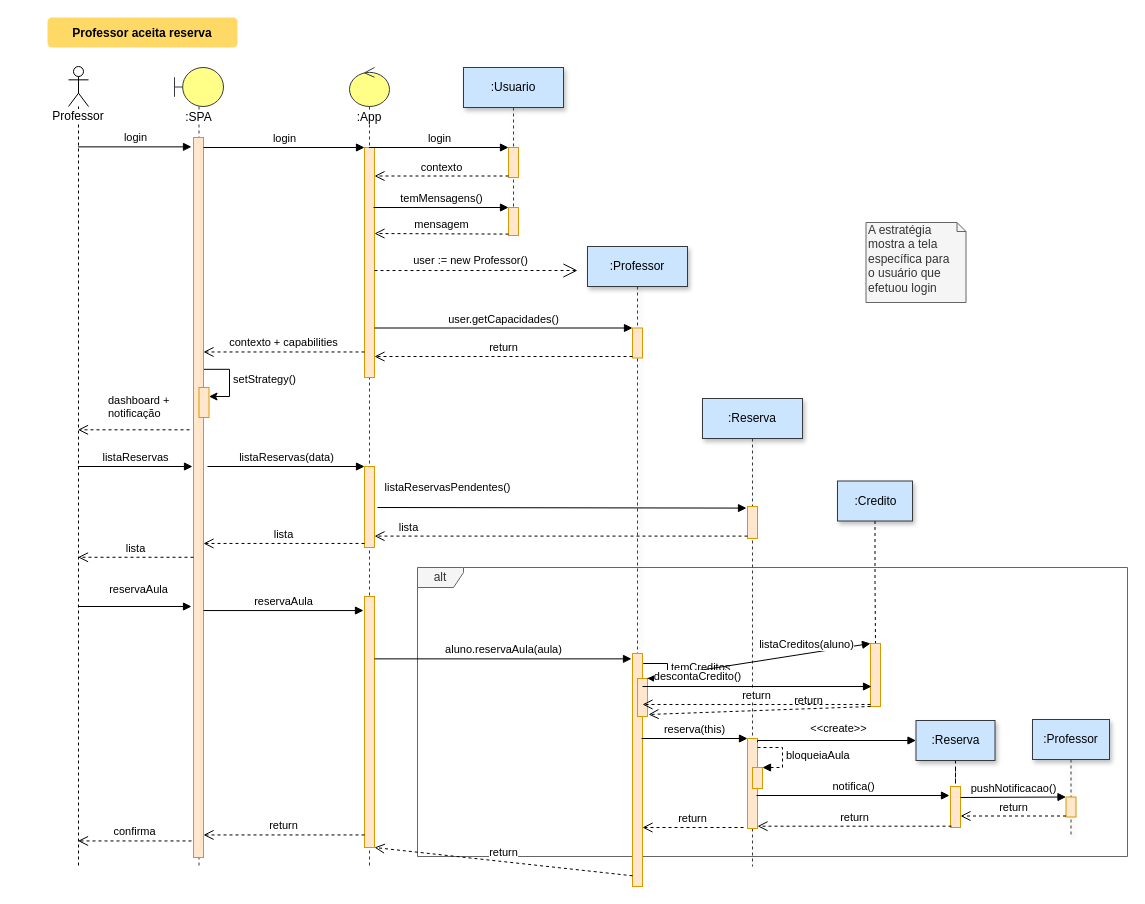
The draw.io diagram professor_aceita_reserva.drawio in Neandertals/personal, before the edit. Source tidied: cells renumbered, new cells numbered last; positions are measured from the earlier drawing's top-left corner, leaving out a move shared by most shapes. Both pictures are drawn from the tidied source at 100%, with x=0, y=0 at pixel (47, 17).
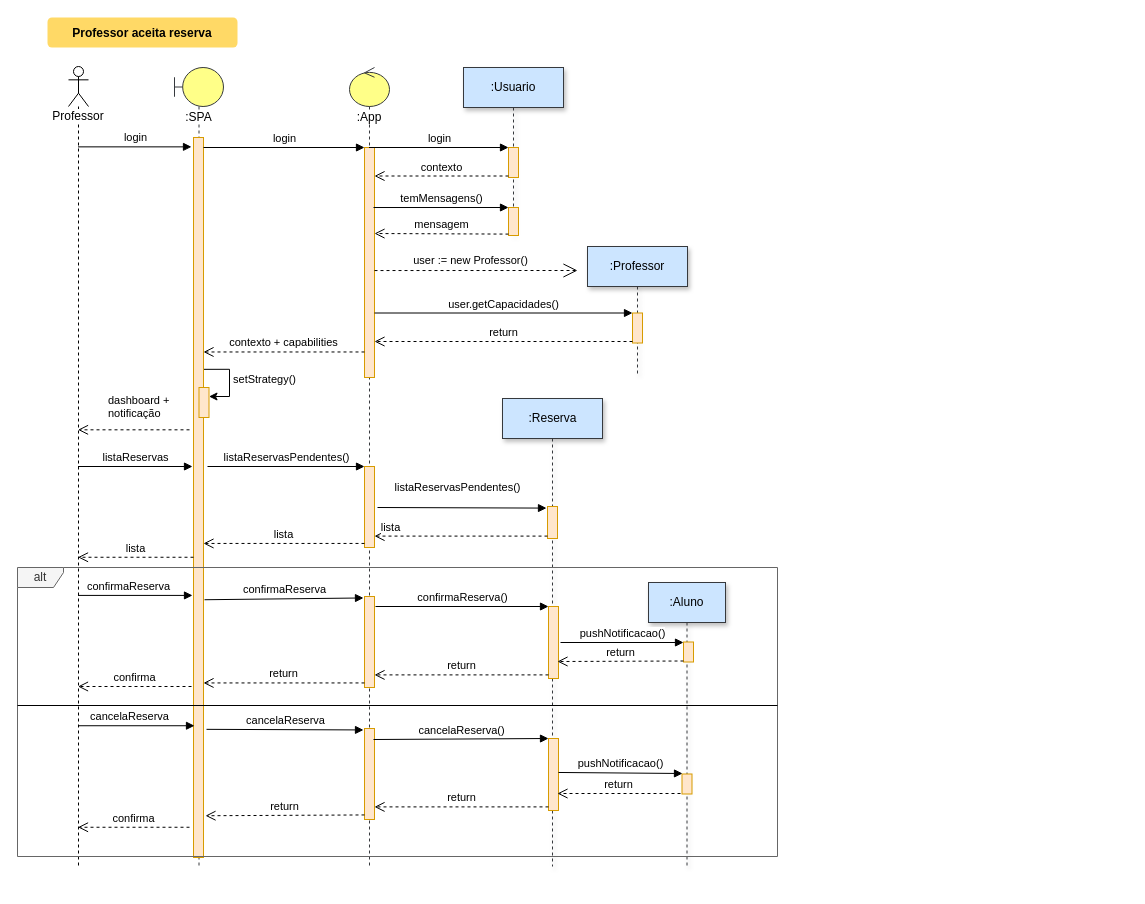
The same page after the edit.

The change refers to these unchanged cells:
```xml
<mxCell id="6" style="html=1;points=[];perimeter=orthogonalPerimeter;fillColor=#ffe6cc;strokeColor=#d79b00;" parent="4" vertex="1">
  <mxGeometry x="19" y="70" width="10" height="720" as="geometry" />
</mxCell>
<mxCell id="8" value="Professor" style="shape=umlLifeline;participant=umlActor;perimeter=lifelinePerimeter;whiteSpace=wrap;html=1;verticalAlign=top;spacingTop=36;labelBackgroundColor=#ffffff;outlineConnect=0;" parent="1" vertex="1">
  <mxGeometry x="21" y="49" width="20" height="800" as="geometry" />
</mxCell>
<mxCell id="12" value=":App" style="shape=umlLifeline;participant=umlControl;perimeter=lifelinePerimeter;whiteSpace=wrap;html=1;verticalAlign=top;spacingTop=36;labelBackgroundColor=#ffffff;outlineConnect=0;size=39;fillColor=#ffff88;strokeColor=#36393d;" parent="1" vertex="1">
  <mxGeometry x="302" y="50" width="40" height="799" as="geometry" />
</mxCell>
<mxCell id="13" style="html=1;points=[];perimeter=orthogonalPerimeter;fillColor=#ffe6cc;strokeColor=#d79b00;" parent="12" vertex="1">
  <mxGeometry x="15" y="80" width="10" height="230" as="geometry" />
</mxCell>
<mxCell id="14" style="html=1;points=[];perimeter=orthogonalPerimeter;fillColor=#ffe6cc;strokeColor=#d79b00;" parent="12" vertex="1">
  <mxGeometry x="15" y="399" width="10" height="81" as="geometry" />
</mxCell>
<mxCell id="32" style="html=1;points=[];perimeter=orthogonalPerimeter;fillColor=#ffe6cc;strokeColor=#d79b00;" parent="31" vertex="1">
  <mxGeometry x="45" y="108" width="10" height="32" as="geometry" />
</mxCell>
```

What changed in the source:
```diff
@@
-    <mxCell id="3" value="alt" style="shape=umlFrame;whiteSpace=wrap;html=1;fillColor=#f5f5f5;strokeColor=#666666;fontColor=#333333;gradientColor=none;swimlaneFillColor=none;width=46;height=20;comic=0;" parent="1" vertex="1">
-      <mxGeometry x="370" y="550" width="710" height="289" as="geometry" />
-    </mxCell>
@@
     <mxCell id="15" style="html=1;points=[];perimeter=orthogonalPerimeter;fillColor=#ffe6cc;strokeColor=#d79b00;" parent="12" vertex="1">
-      <mxGeometry x="15" y="529" width="10" height="251" as="geometry" />
+      <mxGeometry x="15" y="529" width="10" height="91" as="geometry" />
     </mxCell>
@@
     <mxCell id="22" value=":Professor" style="shape=umlLifeline;perimeter=lifelinePerimeter;whiteSpace=wrap;html=1;shadow=1;strokeColor=#36393d;fillColor=#cce5ff;" parent="1" vertex="1">
-      <mxGeometry x="540" y="229" width="100" height="620" as="geometry" />
+      <mxGeometry x="540" y="229" width="100" height="130" as="geometry" />
     </mxCell>
     <mxCell id="23" style="html=1;points=[];perimeter=orthogonalPerimeter;fillColor=#ffe6cc;strokeColor=#d79b00;" parent="22" vertex="1">
-      <mxGeometry x="45" y="81.5" width="10" height="30" as="geometry" />
+      <mxGeometry x="45" y="66.5" width="10" height="30" as="geometry" />
     </mxCell>
-    <mxCell id="24" style="html=1;points=[];perimeter=orthogonalPerimeter;strokeColor=#d79b00;fillColor=#ffe6cc;" parent="22" vertex="1">
-      <mxGeometry x="45" y="407" width="10" height="233" as="geometry" />
-    </mxCell>
-    <mxCell id="25" style="html=1;points=[];perimeter=orthogonalPerimeter;comic=0;gradientColor=none;strokeColor=#d79b00;fillColor=#ffe6cc;" parent="22" vertex="1">
-      <mxGeometry x="50" y="432" width="10" height="38" as="geometry" />
-    </mxCell>
-    <mxCell id="26" value="temCreditos" style="edgeStyle=orthogonalEdgeStyle;html=1;align=left;spacingLeft=2;endArrow=block;rounded=0;entryX=1;entryY=0;" parent="22" edge="1" target="25">
-      <mxGeometry relative="1" as="geometry">
-        <mxPoint x="60" y="417" as="sourcePoint" />
-        <Array as="points">
-          <mxPoint x="56" y="417" />
-          <mxPoint x="80" y="417" />
-          <mxPoint x="80" y="432" />
-        </Array>
-      </mxGeometry>
-    </mxCell>
@@
-    <mxCell id="28" value="user.getCapacidades()" style="html=1;verticalAlign=bottom;endArrow=block;entryX=0;entryY=0;" parent="1" edge="1" source="13" target="23">
-      <mxGeometry relative="1" as="geometry" />
+    <mxCell id="28" value="user.getCapacidades()" style="html=1;verticalAlign=bottom;endArrow=block;entryX=0;entryY=0;" parent="1" edge="1" target="23">
+      <mxGeometry relative="1" as="geometry">
+        <mxPoint x="327" y="295.5" as="sourcePoint" />
+      </mxGeometry>
     </mxCell>
-    <mxCell id="29" value="return" style="html=1;verticalAlign=bottom;endArrow=open;dashed=1;endSize=8;exitX=0;exitY=0.95;" parent="1" edge="1" source="23" target="13">
-      <mxGeometry relative="1" as="geometry" />
+    <mxCell id="29" value="return" style="html=1;verticalAlign=bottom;endArrow=open;dashed=1;endSize=8;exitX=0;exitY=0.95;" parent="1" edge="1" source="23">
+      <mxGeometry relative="1" as="geometry">
+        <mxPoint x="327" y="324" as="targetPoint" />
+      </mxGeometry>
     </mxCell>
-    <mxCell id="30" value="&lt;blockquote style=&quot;margin: 0 0 0 40px ; border: none ; padding: 0px&quot;&gt;&lt;/blockquote&gt;&lt;span&gt;A estratégia&lt;/span&gt;&lt;br&gt;&lt;blockquote style=&quot;margin: 0 0 0 40px ; border: none ; padding: 0px&quot;&gt;&lt;/blockquote&gt;&lt;span&gt;mostra a tela específica para&lt;/span&gt;&lt;br&gt;&lt;blockquote style=&quot;margin: 0 0 0 40px ; border: none ; padding: 0px&quot;&gt; &lt;/blockquote&gt;&lt;span&gt;o usuário que&lt;/span&gt;&lt;br&gt; efetuou login" style="shape=note;whiteSpace=wrap;html=1;size=9;verticalAlign=top;align=left;spacingTop=-6;fillColor=#f5f5f5;strokeColor=#666666;fontColor=#333333;" parent="1" vertex="1">
-      <mxGeometry x="818.5" y="205" width="100" height="80" as="geometry" />
-    </mxCell>
-    <mxCell id="31" value=":Reserva" style="shape=umlLifeline;perimeter=lifelinePerimeter;whiteSpace=wrap;html=1;shadow=1;strokeColor=#36393d;fillColor=#cce5ff;" parent="1" vertex="1">
-      <mxGeometry x="655" y="381" width="100" height="468" as="geometry" />
+    <mxCell id="31" value=":Reserva" style="html=1;perimeter=orthogonalPerimeter;shape=umlLifeline;participant=label;shadow=1;fontFamily=Helvetica;fontSize=12;fontColor=#000000;align=center;strokeColor=#36393d;fillColor=#cce5ff;" parent="1" vertex="1">
+      <mxGeometry x="455" y="381" width="100" height="468" as="geometry" />
     </mxCell>
@@
-    <mxCell id="33" style="html=1;points=[];perimeter=orthogonalPerimeter;comic=0;gradientColor=none;strokeColor=#d79b00;fillColor=#ffe6cc;" parent="31" vertex="1">
-      <mxGeometry x="45" y="340" width="10" height="90" as="geometry" />
-    </mxCell>
-    <mxCell id="34" style="html=1;points=[];perimeter=orthogonalPerimeter;comic=0;gradientColor=none;strokeColor=#d79b00;fillColor=#ffe6cc;" parent="31" vertex="1">
-      <mxGeometry x="50" y="369" width="10" height="21" as="geometry" />
-    </mxCell>
-    <mxCell id="35" value="bloqueiaAula" style="edgeStyle=orthogonalEdgeStyle;html=1;align=left;spacingLeft=2;endArrow=block;rounded=0;entryX=1;entryY=0;dashed=1;" parent="31" edge="1" target="34">
-      <mxGeometry relative="1" as="geometry">
-        <mxPoint x="55" y="349" as="sourcePoint" />
-        <Array as="points">
-          <mxPoint x="80" y="349" />
-        </Array>
-      </mxGeometry>
-    </mxCell>
+    <mxCell id="70" style="html=1;points=[];perimeter=orthogonalPerimeter;strokeColor=#d79b00;fillColor=#ffe6cc;" parent="31" vertex="1">
+      <mxGeometry x="46" y="208" width="10" height="72" as="geometry" />
+    </mxCell>
@@
-    <mxCell id="37" value="listaReservas(data)" style="html=1;verticalAlign=bottom;endArrow=block;entryX=0;entryY=0;" parent="1" edge="1" target="14">
+    <mxCell id="37" value="listaReservasPendentes()" style="html=1;verticalAlign=bottom;endArrow=block;entryX=0;entryY=0;" parent="1" edge="1" target="14">
       <mxGeometry relative="1" as="geometry">
         <mxPoint x="160" y="449" as="sourcePoint" />
       </mxGeometry>
     </mxCell>
@@
     <mxCell id="41" value="listaReservasPendentes()" style="html=1;verticalAlign=bottom;endArrow=block;entryX=-0.1;entryY=0.05;entryDx=0;entryDy=0;entryPerimeter=0;" parent="1" edge="1" target="32">
-      <mxGeometry x="-0.62" y="11" relative="1" as="geometry">
+      <mxGeometry x="-0.05" y="11" relative="1" as="geometry">
         <mxPoint x="330" y="490" as="sourcePoint" />
       </mxGeometry>
     </mxCell>
-    <mxCell id="42" value="reservaAula" style="html=1;verticalAlign=bottom;endArrow=block;" parent="1" edge="1" source="8">
-      <mxGeometry x="0.05" y="8" relative="1" as="geometry">
-        <mxPoint x="144" y="589" as="targetPoint" />
+    <mxCell id="42" value="confirmaReserva" style="html=1;verticalAlign=bottom;endArrow=block;entryX=-0.1;entryY=0.636;entryDx=0;entryDy=0;entryPerimeter=0;" parent="1" edge="1" source="8" target="6">
+      <mxGeometry x="-0.14" relative="1" as="geometry">
+        <mxPoint x="1" as="offset" />
       </mxGeometry>
     </mxCell>
-    <mxCell id="43" value="reservaAula" style="html=1;verticalAlign=bottom;endArrow=block;entryX=-0.1;entryY=0.056;entryDx=0;entryDy=0;entryPerimeter=0;" parent="1" edge="1" source="6" target="15">
+    <mxCell id="43" value="confirmaReserva" style="html=1;verticalAlign=bottom;endArrow=block;entryX=-0.1;entryY=0.016;entryDx=0;entryDy=0;entryPerimeter=0;exitX=1.1;exitY=0.642;exitDx=0;exitDy=0;exitPerimeter=0;" parent="1" edge="1" source="6" target="15">
       <mxGeometry relative="1" as="geometry" />
     </mxCell>
@@
-    <mxCell id="45" value="aluno.reservaAula(aula)" style="html=1;verticalAlign=bottom;endArrow=block;entryX=-0.1;entryY=0.023;entryDx=0;entryDy=0;entryPerimeter=0;" parent="1" edge="1" source="15" target="24">
-      <mxGeometry relative="1" as="geometry" />
-    </mxCell>
-    <mxCell id="46" value="return" style="html=1;verticalAlign=bottom;endArrow=open;dashed=1;endSize=8;exitX=0;exitY=0.954;exitDx=0;exitDy=0;exitPerimeter=0;" parent="1" edge="1" source="24" target="15">
-      <mxGeometry relative="1" as="geometry" />
-    </mxCell>
-    <mxCell id="47" value="confirma" style="html=1;verticalAlign=bottom;endArrow=open;dashed=1;endSize=8;exitX=-0.2;exitY=0.977;exitDx=0;exitDy=0;exitPerimeter=0;" parent="1" edge="1" source="6" target="8">
-      <mxGeometry relative="1" as="geometry" />
+    <mxCell id="47" value="confirma" style="html=1;verticalAlign=bottom;endArrow=open;dashed=1;endSize=8;" parent="1" edge="1" target="8">
+      <mxGeometry relative="1" as="geometry">
+        <mxPoint x="144" y="669" as="sourcePoint" />
+      </mxGeometry>
     </mxCell>
-    <mxCell id="48" style="edgeStyle=orthogonalEdgeStyle;rounded=0;jettySize=auto;html=1;endArrow=none;endFill=0;dashed=1;" parent="1" edge="1" source="49" target="50">
-      <mxGeometry relative="1" as="geometry" />
-    </mxCell>
-    <mxCell id="49" value=":Credito" style="html=1;comic=0;gradientColor=none;shadow=1;strokeColor=#36393d;fillColor=#cce5ff;" parent="1" vertex="1">
-      <mxGeometry x="790" y="463.5" width="75" height="40" as="geometry" />
-    </mxCell>
-    <mxCell id="50" style="html=1;points=[];perimeter=orthogonalPerimeter;comic=0;gradientColor=none;strokeColor=#d79b00;fillColor=#ffe6cc;" parent="1" vertex="1">
-      <mxGeometry x="823" y="626" width="10" height="63" as="geometry" />
-    </mxCell>
-    <mxCell id="51" value="listaCreditos(aluno)" style="html=1;verticalAlign=bottom;endArrow=block;entryX=0;entryY=0;" parent="1" edge="1" source="25" target="50">
-      <mxGeometry x="0.43" relative="1" as="geometry" />
-    </mxCell>
-    <mxCell id="52" value="return" style="html=1;verticalAlign=bottom;endArrow=open;dashed=1;endSize=8;entryX=1.1;entryY=0.947;entryDx=0;entryDy=0;entryPerimeter=0;" parent="1" edge="1" source="50" target="25">
-      <mxGeometry x="-0.44" y="1" relative="1" as="geometry" />
-    </mxCell>
-    <mxCell id="53" value="descontaCredito()" style="html=1;verticalAlign=bottom;endArrow=block;entryX=0.1;entryY=0.683;entryDx=0;entryDy=0;entryPerimeter=0;" parent="1" edge="1" source="24" target="50">
-      <mxGeometry x="-0.52" y="1" relative="1" as="geometry" />
-    </mxCell>
-    <mxCell id="54" value="return" style="html=1;verticalAlign=bottom;endArrow=open;dashed=1;endSize=8;exitX=-0.4;exitY=0.989;exitDx=0;exitDy=0;exitPerimeter=0;" parent="1" edge="1" source="33" target="24">
-      <mxGeometry relative="1" as="geometry" />
-    </mxCell>
-    <mxCell id="55" value="reserva(this)" style="html=1;verticalAlign=bottom;endArrow=block;entryX=0;entryY=0;" parent="1" edge="1" target="33">
-      <mxGeometry relative="1" as="geometry">
-        <mxPoint x="594" y="721" as="sourcePoint" />
-      </mxGeometry>
-    </mxCell>
-    <mxCell id="56" style="edgeStyle=orthogonalEdgeStyle;rounded=0;jettySize=auto;html=1;dashed=1;endArrow=none;endFill=0;" parent="1" edge="1" source="57" target="63">
-      <mxGeometry relative="1" as="geometry" />
-    </mxCell>
-    <mxCell id="57" value=":Reserva" style="html=1;comic=0;gradientColor=none;shadow=1;strokeColor=#36393d;fillColor=#cce5ff;" parent="1" vertex="1">
-      <mxGeometry x="868.5" y="703" width="79" height="40" as="geometry" />
-    </mxCell>
-    <mxCell id="58" value="&amp;lt;&amp;lt;create&amp;gt;&amp;gt;" style="edgeStyle=orthogonalEdgeStyle;rounded=0;jettySize=auto;html=1;entryX=0;entryY=0.5;entryDx=0;entryDy=0;endArrow=block;endFill=1;exitX=1;exitY=0.042;exitDx=0;exitDy=0;exitPerimeter=0;" parent="1" edge="1" source="33" target="57">
-      <mxGeometry x="0.03" y="12" relative="1" as="geometry">
-        <Array as="points">
-          <mxPoint x="710" y="723" />
-        </Array>
-      </mxGeometry>
-    </mxCell>
-    <mxCell id="59" value="return" style="html=1;verticalAlign=bottom;endArrow=open;dashed=1;endSize=8;exitX=0;exitY=0.968;exitDx=0;exitDy=0;exitPerimeter=0;" parent="1" edge="1" source="50" target="24">
-      <mxGeometry relative="1" as="geometry" />
-    </mxCell>
-    <mxCell id="60" value=":Professor" style="shape=umlLifeline;perimeter=lifelinePerimeter;whiteSpace=wrap;html=1;comic=0;gradientColor=none;shadow=1;strokeColor=#36393d;fillColor=#cce5ff;" parent="1" vertex="1">
-      <mxGeometry x="985" y="702" width="77" height="117" as="geometry" />
+    <mxCell id="60" value=":Aluno" style="shape=umlLifeline;perimeter=lifelinePerimeter;whiteSpace=wrap;html=1;comic=0;gradientColor=none;shadow=1;strokeColor=#36393d;fillColor=#cce5ff;" parent="1" vertex="1">
+      <mxGeometry x="601" y="565" width="77" height="284" as="geometry" />
     </mxCell>
     <mxCell id="61" style="html=1;points=[];perimeter=orthogonalPerimeter;comic=0;gradientColor=none;strokeColor=#d79b00;fillColor=#ffe6cc;" parent="60" vertex="1">
-      <mxGeometry x="33.5" y="77.5" width="10" height="20" as="geometry" />
+      <mxGeometry x="35" y="59.5" width="10" height="20" as="geometry" />
     </mxCell>
+    <mxCell id="71" style="html=1;points=[];perimeter=orthogonalPerimeter;comic=0;gradientColor=none;strokeColor=#d79b00;fillColor=#ffe6cc;" parent="60" vertex="1">
+      <mxGeometry x="33.5" y="191.5" width="10" height="20" as="geometry" />
+    </mxCell>
-    <mxCell id="62" style="edgeStyle=orthogonalEdgeStyle;rounded=0;orthogonalLoop=1;jettySize=auto;html=1;exitX=0.5;exitY=1;exitDx=0;exitDy=0;dashed=1;endArrow=none;endFill=0;" parent="1" edge="1" source="57" target="57">
-      <mxGeometry relative="1" as="geometry" />
+    <mxCell id="62" style="edgeStyle=orthogonalEdgeStyle;rounded=0;orthogonalLoop=1;jettySize=auto;html=1;exitX=0.5;exitY=1;exitDx=0;exitDy=0;dashed=1;endArrow=none;endFill=0;" parent="1" edge="1">
+      <mxGeometry relative="1" as="geometry">
+        <mxPoint x="908" y="743" as="sourcePoint" />
+        <mxPoint x="908" y="743" as="targetPoint" />
+      </mxGeometry>
     </mxCell>
-    <mxCell id="63" style="html=1;points=[];perimeter=orthogonalPerimeter;comic=0;gradientColor=none;strokeColor=#d79b00;fillColor=#ffe6cc;" parent="1" vertex="1">
-      <mxGeometry x="903" y="769" width="10" height="41" as="geometry" />
-    </mxCell>
-    <mxCell id="64" value="notifica()" style="html=1;verticalAlign=bottom;endArrow=block;entryX=-0.1;entryY=0.22;entryDx=0;entryDy=0;entryPerimeter=0;" parent="1" edge="1" target="63">
-      <mxGeometry relative="1" as="geometry">
-        <mxPoint x="709" y="778" as="sourcePoint" />
-      </mxGeometry>
-    </mxCell>
-    <mxCell id="65" value="return" style="html=1;verticalAlign=bottom;endArrow=open;dashed=1;endSize=8;exitX=0.1;exitY=0.968;exitDx=0;exitDy=0;exitPerimeter=0;" parent="1" edge="1" source="63" target="33">
-      <mxGeometry relative="1" as="geometry" />
-    </mxCell>
-    <mxCell id="66" value="pushNotificacao()" style="html=1;verticalAlign=bottom;endArrow=block;entryX=0;entryY=0;exitX=1;exitY=0.268;exitDx=0;exitDy=0;exitPerimeter=0;" parent="1" edge="1" source="63" target="61">
-      <mxGeometry relative="1" as="geometry" />
+    <mxCell id="66" value="pushNotificacao()" style="html=1;verticalAlign=bottom;endArrow=block;" parent="1" edge="1" target="61">
+      <mxGeometry relative="1" as="geometry">
+        <mxPoint x="513" y="625" as="sourcePoint" />
+      </mxGeometry>
     </mxCell>
-    <mxCell id="67" value="return" style="html=1;verticalAlign=bottom;endArrow=open;dashed=1;endSize=8;exitX=0;exitY=0.95;" parent="1" edge="1" source="61" target="63">
+    <mxCell id="67" value="return" style="html=1;verticalAlign=bottom;endArrow=open;dashed=1;endSize=8;exitX=0;exitY=0.95;entryX=0.9;entryY=0.764;entryDx=0;entryDy=0;entryPerimeter=0;" parent="1" edge="1" source="61" target="70">
       <mxGeometry relative="1" as="geometry" />
     </mxCell>
@@
+    <mxCell id="72" value="confirmaReserva()" style="html=1;verticalAlign=bottom;endArrow=block;entryX=0;entryY=0;" parent="1" edge="1" target="70">
+      <mxGeometry relative="1" as="geometry">
+        <mxPoint x="328" y="589" as="sourcePoint" />
+      </mxGeometry>
+    </mxCell>
+    <mxCell id="73" value="return" style="html=1;verticalAlign=bottom;endArrow=open;dashed=1;endSize=8;exitX=0;exitY=0.95;" parent="1" edge="1" source="70" target="15">
+      <mxGeometry relative="1" as="geometry" />
+    </mxCell>
+    <mxCell id="74" value="cancelaReserva" style="html=1;verticalAlign=bottom;endArrow=block;entryX=0.1;entryY=0.817;entryDx=0;entryDy=0;entryPerimeter=0;" parent="1" edge="1" source="8" target="6">
+      <mxGeometry x="-0.14" relative="1" as="geometry">
+        <mxPoint x="1" as="offset" />
+      </mxGeometry>
+    </mxCell>
+    <mxCell id="75" value="confirma" style="html=1;verticalAlign=bottom;endArrow=open;dashed=1;endSize=8;exitX=-0.4;exitY=0.958;exitDx=0;exitDy=0;exitPerimeter=0;" parent="1" edge="1" source="6" target="8">
+      <mxGeometry relative="1" as="geometry" />
+    </mxCell>
+    <mxCell id="76" style="html=1;points=[];perimeter=orthogonalPerimeter;fillColor=#ffe6cc;strokeColor=#d79b00;" parent="1" vertex="1">
+      <mxGeometry x="317" y="711" width="10" height="91" as="geometry" />
+    </mxCell>
+    <mxCell id="77" style="html=1;points=[];perimeter=orthogonalPerimeter;strokeColor=#d79b00;fillColor=#ffe6cc;" parent="1" vertex="1">
+      <mxGeometry x="501" y="721" width="10" height="72" as="geometry" />
+    </mxCell>
+    <mxCell id="78" value="cancelaReserva" style="html=1;verticalAlign=bottom;endArrow=block;entryX=-0.1;entryY=0.016;entryDx=0;entryDy=0;entryPerimeter=0;exitX=1.3;exitY=0.822;exitDx=0;exitDy=0;exitPerimeter=0;" parent="1" edge="1" source="6" target="76">
+      <mxGeometry relative="1" as="geometry" />
+    </mxCell>
+    <mxCell id="79" value="return" style="html=1;verticalAlign=bottom;endArrow=open;dashed=1;endSize=8;exitX=0;exitY=0.95;entryX=1.2;entryY=0.942;entryDx=0;entryDy=0;entryPerimeter=0;" parent="1" edge="1" source="76" target="6">
+      <mxGeometry relative="1" as="geometry" />
+    </mxCell>
+    <mxCell id="80" value="pushNotificacao()" style="html=1;verticalAlign=bottom;endArrow=block;entryX=0.05;entryY=-0.025;entryDx=0;entryDy=0;entryPerimeter=0;exitX=1;exitY=0.472;exitDx=0;exitDy=0;exitPerimeter=0;" parent="1" edge="1" source="77" target="71">
+      <mxGeometry relative="1" as="geometry" />
+    </mxCell>
+    <mxCell id="81" value="return" style="html=1;verticalAlign=bottom;endArrow=open;dashed=1;endSize=8;entryX=0.9;entryY=0.764;entryDx=0;entryDy=0;entryPerimeter=0;exitX=-0.15;exitY=0.975;exitDx=0;exitDy=0;exitPerimeter=0;" parent="1" edge="1" source="71" target="77">
+      <mxGeometry relative="1" as="geometry" />
+    </mxCell>
+    <mxCell id="82" value="cancelaReserva()" style="html=1;verticalAlign=bottom;endArrow=block;entryX=0;entryY=0;exitX=0.9;exitY=0.121;exitDx=0;exitDy=0;exitPerimeter=0;" parent="1" edge="1" source="76" target="77">
+      <mxGeometry relative="1" as="geometry" />
+    </mxCell>
+    <mxCell id="83" value="return" style="html=1;verticalAlign=bottom;endArrow=open;dashed=1;endSize=8;exitX=0;exitY=0.95;" parent="1" edge="1" source="77" target="76">
+      <mxGeometry relative="1" as="geometry" />
+    </mxCell>
+    <mxCell id="84" style="group;" parent="1" vertex="1">
+      <mxGeometry x="-30" y="550" width="760" height="289" as="geometry" />
+    </mxCell>
+    <mxCell id="3" value="alt" style="shape=umlFrame;whiteSpace=wrap;html=1;fillColor=#f5f5f5;strokeColor=#666666;fontColor=#333333;gradientColor=none;swimlaneFillColor=none;width=46;height=20;comic=0;" parent="84" vertex="1">
+      <mxGeometry width="760" height="289" as="geometry" />
+    </mxCell>
+    <mxCell id="85" style="line;strokeWidth=1;fillColor=none;align=left;verticalAlign=middle;spacingTop=-1;spacingLeft=3;spacingRight=3;labelPosition=right;" parent="84" vertex="1">
+      <mxGeometry y="134" width="760" height="8" as="geometry" />
+    </mxCell>
```
